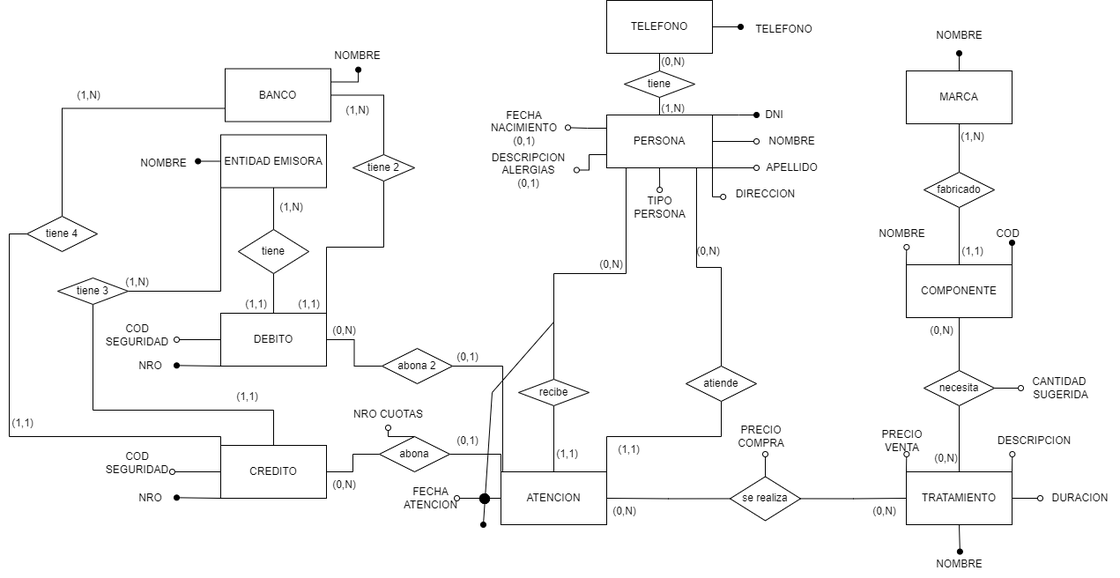
This is PRACTICA 2/Parte1/Ejercicio11/Ejercicio11-logico.png from agusrnfr/DBD, a draw.io export, as it was before one commit. Source tidied: cells renumbered, new cells last; positions are measured from the earlier drawing's top-left corner, leaving out a move shared by most shapes.
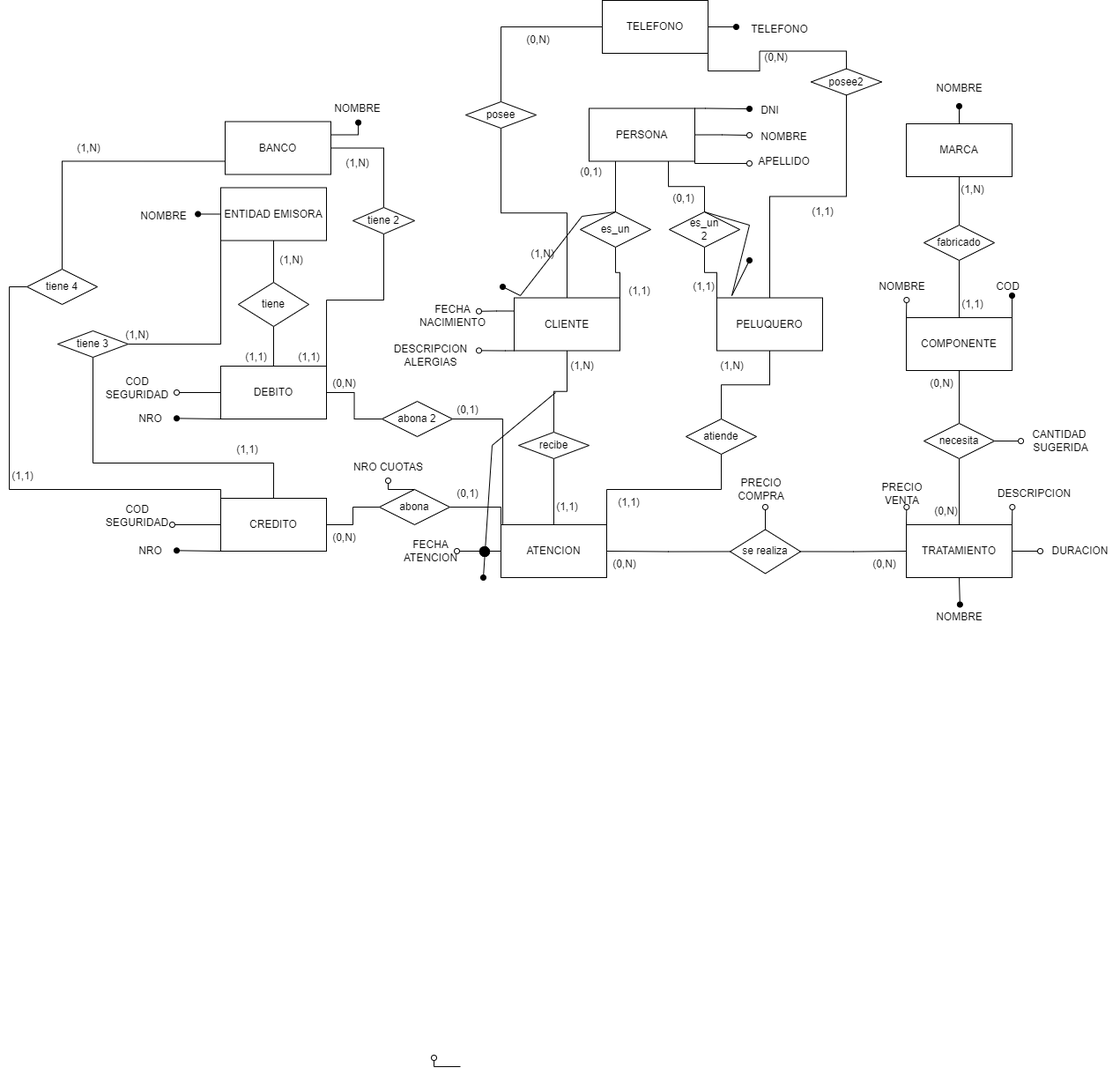
The same diagram one commit later.

The edit, as a diff of the source:
```diff
@@ -4,77 +4,2 @@
     <mxCell id="1" parent="0" />
-    <mxCell id="2" style="edgeStyle=orthogonalEdgeStyle;rounded=0;jettySize=auto;html=1;exitX=1;exitY=0;exitDx=0;exitDy=0;startArrow=none;startFill=0;endArrow=oval;endFill=1;" parent="1" edge="1" source="9" target="10">
-      <mxGeometry relative="1" as="geometry">
-        <Array as="points">
-          <mxPoint x="838" y="130" />
-          <mxPoint x="838" y="130" />
-        </Array>
-      </mxGeometry>
-    </mxCell>
-    <mxCell id="3" style="edgeStyle=orthogonalEdgeStyle;rounded=0;jettySize=auto;html=1;exitX=1;exitY=0.5;exitDx=0;exitDy=0;startArrow=none;startFill=0;endArrow=oval;endFill=0;" parent="1" edge="1" source="9">
-      <mxGeometry relative="1" as="geometry">
-        <mxPoint x="858" y="160" as="targetPoint" />
-      </mxGeometry>
-    </mxCell>
-    <mxCell id="4" style="edgeStyle=orthogonalEdgeStyle;rounded=0;jettySize=auto;html=1;exitX=1;exitY=1;exitDx=0;exitDy=0;startArrow=none;startFill=0;endArrow=oval;endFill=0;" parent="1" edge="1" source="9" target="12">
-      <mxGeometry relative="1" as="geometry">
-        <Array as="points">
-          <mxPoint x="868" y="190" />
-          <mxPoint x="868" y="190" />
-        </Array>
-      </mxGeometry>
-    </mxCell>
-    <mxCell id="5" style="edgeStyle=orthogonalEdgeStyle;rounded=0;jettySize=auto;html=1;exitX=1;exitY=1;exitDx=0;exitDy=0;endArrow=oval;endFill=0;entryX=-0.031;entryY=0.598;entryDx=0;entryDy=0;entryPerimeter=0;" parent="1" edge="1" source="9" target="117">
-      <mxGeometry relative="1" as="geometry">
-        <Array as="points">
-          <mxPoint x="808" y="223" />
-        </Array>
-      </mxGeometry>
-    </mxCell>
-    <mxCell id="6" style="edgeStyle=orthogonalEdgeStyle;rounded=0;jettySize=auto;html=1;exitX=0;exitY=0.25;exitDx=0;exitDy=0;entryX=1.001;entryY=0.489;entryDx=0;entryDy=0;entryPerimeter=0;endArrow=oval;endFill=0;" parent="1" edge="1" source="9" target="15">
-      <mxGeometry relative="1" as="geometry" />
-    </mxCell>
-    <mxCell id="7" style="edgeStyle=orthogonalEdgeStyle;rounded=0;jettySize=auto;html=1;exitX=0;exitY=0.75;exitDx=0;exitDy=0;endArrow=oval;endFill=0;" parent="1" edge="1" source="9" target="16">
-      <mxGeometry relative="1" as="geometry" />
-    </mxCell>
-    <mxCell id="8" style="edgeStyle=orthogonalEdgeStyle;rounded=0;jettySize=auto;html=1;exitX=0.5;exitY=1;exitDx=0;exitDy=0;endArrow=oval;endFill=0;" parent="1" edge="1" source="9">
-      <mxGeometry relative="1" as="geometry">
-        <mxPoint x="748.1" y="215" as="targetPoint" />
-      </mxGeometry>
-    </mxCell>
-    <mxCell id="9" value="PERSONA" style="whiteSpace=wrap;html=1;" parent="1" vertex="1">
-      <mxGeometry x="688" y="130" width="120" height="60" as="geometry" />
-    </mxCell>
-    <mxCell id="10" value="DNI" style="text;html=1;align=center;verticalAlign=middle;points=[];strokeColor=none;fillColor=none;" parent="1" vertex="1">
-      <mxGeometry x="858" y="115" width="40" height="30" as="geometry" />
-    </mxCell>
-    <mxCell id="11" value="NOMBRE" style="text;html=1;align=center;verticalAlign=middle;strokeColor=none;fillColor=none;" parent="1" vertex="1">
-      <mxGeometry x="858" y="145" width="80" height="30" as="geometry" />
-    </mxCell>
-    <mxCell id="12" value="APELLIDO" style="text;html=1;align=center;verticalAlign=middle;points=[];strokeColor=none;fillColor=none;" parent="1" vertex="1">
-      <mxGeometry x="858" y="175" width="80" height="30" as="geometry" />
-    </mxCell>
-    <mxCell id="13" style="edgeStyle=orthogonalEdgeStyle;rounded=0;jettySize=auto;html=1;exitX=0.25;exitY=1;exitDx=0;exitDy=0;entryX=0.5;entryY=0;entryDx=0;entryDy=0;startArrow=none;startFill=0;endArrow=none;endFill=0;" parent="1" edge="1" source="9" target="39">
-      <mxGeometry relative="1" as="geometry">
-        <Array as="points">
-          <mxPoint x="710" y="190" />
-          <mxPoint x="710" y="310" />
-          <mxPoint x="628" y="310" />
-        </Array>
-      </mxGeometry>
-    </mxCell>
-    <mxCell id="14" style="edgeStyle=orthogonalEdgeStyle;rounded=0;jettySize=auto;html=1;exitX=0.75;exitY=1;exitDx=0;exitDy=0;entryX=0.5;entryY=0;entryDx=0;entryDy=0;startArrow=none;startFill=0;endArrow=none;endFill=0;" parent="1" edge="1" source="9" target="45">
-      <mxGeometry relative="1" as="geometry">
-        <Array as="points">
-          <mxPoint x="790" y="190" />
-          <mxPoint x="790" y="303" />
-          <mxPoint x="818" y="303" />
-        </Array>
-      </mxGeometry>
-    </mxCell>
-    <mxCell id="15" value="FECHA&lt;br&gt;NACIMIENTO&lt;br&gt;(0,1)" style="text;html=1;align=center;verticalAlign=middle;points=[];strokeColor=none;fillColor=none;" parent="1" vertex="1">
-      <mxGeometry x="543.9" y="115" width="100" height="60" as="geometry" />
-    </mxCell>
-    <mxCell id="16" value="DESCRIPCION&lt;br&gt;ALERGIAS&lt;br&gt;(0,1)" style="text;html=1;align=center;verticalAlign=middle;points=[];strokeColor=none;fillColor=none;" parent="1" vertex="1">
-      <mxGeometry x="543.9" y="162.5" width="110" height="60" as="geometry" />
-    </mxCell>
     <mxCell id="17" style="edgeStyle=orthogonalEdgeStyle;rounded=0;jettySize=auto;html=1;startArrow=none;startFill=0;endArrow=oval;endFill=0;" parent="1" edge="1" source="18">
@@ -157,2 +82,5 @@
     </mxCell>
+    <mxCell id="124" style="edgeStyle=orthogonalEdgeStyle;rounded=0;jettySize=auto;html=1;exitX=0.5;exitY=0;exitDx=0;exitDy=0;entryX=0.5;entryY=1;entryDx=0;entryDy=0;endArrow=none;endFill=0;" parent="1" edge="1" source="39" target="133">
+      <mxGeometry relative="1" as="geometry" />
+    </mxCell>
     <mxCell id="39" value="recibe" style="rhombus;whiteSpace=wrap;html=1;" parent="1" vertex="1">
@@ -160,5 +88,2 @@
     </mxCell>
-    <mxCell id="40" value="(0,N)" style="text;html=1;align=center;verticalAlign=middle;strokeColor=none;fillColor=none;" parent="1" vertex="1">
-      <mxGeometry x="668" y="285" width="50" height="30" as="geometry" />
-    </mxCell>
     <mxCell id="41" value="(1,1)" style="text;html=1;align=center;verticalAlign=middle;strokeColor=none;fillColor=none;" parent="1" vertex="1">
@@ -169,3 +94,3 @@
         <mxPoint x="548" y="595" as="sourcePoint" />
-        <mxPoint x="628" y="365" as="targetPoint" />
+        <mxPoint x="630" y="385" as="targetPoint" />
         <Array as="points">
@@ -181,2 +106,5 @@
     </mxCell>
+    <mxCell id="125" style="edgeStyle=orthogonalEdgeStyle;rounded=0;jettySize=auto;html=1;exitX=0.5;exitY=0;exitDx=0;exitDy=0;entryX=0.5;entryY=1;entryDx=0;entryDy=0;endArrow=none;endFill=0;" parent="1" edge="1" source="45" target="134">
+      <mxGeometry relative="1" as="geometry" />
+    </mxCell>
     <mxCell id="45" value="atiende" style="rhombus;whiteSpace=wrap;html=1;" parent="1" vertex="1">
@@ -184,5 +112,2 @@
     </mxCell>
-    <mxCell id="46" value="(0,N)" style="text;html=1;align=center;verticalAlign=middle;strokeColor=none;fillColor=none;" parent="1" vertex="1">
-      <mxGeometry x="778" y="270" width="50" height="30" as="geometry" />
-    </mxCell>
     <mxCell id="47" value="(1,1)" style="text;html=1;align=center;verticalAlign=middle;strokeColor=none;fillColor=none;" parent="1" vertex="1">
@@ -425,34 +350,164 @@
     </mxCell>
+    <mxCell id="115" style="edgeStyle=orthogonalEdgeStyle;rounded=0;jettySize=auto;html=1;exitX=1;exitY=0.5;exitDx=0;exitDy=0;endArrow=oval;endFill=1;" parent="1" edge="1" source="116">
+      <mxGeometry relative="1" as="geometry">
+        <mxPoint x="835" y="-29.7" as="targetPoint" />
+      </mxGeometry>
+    </mxCell>
-    <mxCell id="114" style="edgeStyle=orthogonalEdgeStyle;rounded=0;jettySize=auto;html=1;exitX=0.5;exitY=1;exitDx=0;exitDy=0;entryX=0.5;entryY=0;entryDx=0;entryDy=0;endArrow=none;endFill=0;" parent="1" edge="1" source="116" target="119">
+    <mxCell id="114" style="edgeStyle=orthogonalEdgeStyle;rounded=0;jettySize=auto;html=1;exitX=0;exitY=0.5;exitDx=0;exitDy=0;entryX=0.5;entryY=0;entryDx=0;entryDy=0;endArrow=none;endFill=0;" parent="1" edge="1" source="116" target="119">
       <mxGeometry relative="1" as="geometry" />
     </mxCell>
-    <mxCell id="115" style="edgeStyle=orthogonalEdgeStyle;rounded=0;jettySize=auto;html=1;exitX=1;exitY=0.5;exitDx=0;exitDy=0;endArrow=oval;endFill=1;" parent="1" edge="1" source="116">
-      <mxGeometry relative="1" as="geometry">
-        <mxPoint x="840" y="30.3" as="targetPoint" />
-      </mxGeometry>
-    </mxCell>
+    <mxCell id="126" style="edgeStyle=orthogonalEdgeStyle;rounded=0;jettySize=auto;html=1;exitX=1;exitY=1;exitDx=0;exitDy=0;entryX=0.5;entryY=0;entryDx=0;entryDy=0;endArrow=none;endFill=0;" parent="1" edge="1" source="116" target="145">
+      <mxGeometry relative="1" as="geometry" />
+    </mxCell>
     <mxCell id="116" value="TELEFONO" style="whiteSpace=wrap;html=1;" parent="1" vertex="1">
-      <mxGeometry x="688" width="120" height="60" as="geometry" />
+      <mxGeometry x="683" y="-60" width="120" height="60" as="geometry" />
     </mxCell>
-    <mxCell id="117" value="DIRECCION" style="text;html=1;align=center;verticalAlign=middle;points=[];strokeColor=none;fillColor=none;" parent="1" vertex="1">
-      <mxGeometry x="823" y="205" width="90" height="30" as="geometry" />
-    </mxCell>
-    <mxCell id="118" style="edgeStyle=orthogonalEdgeStyle;rounded=0;jettySize=auto;html=1;exitX=0.5;exitY=1;exitDx=0;exitDy=0;entryX=0.5;entryY=0;entryDx=0;entryDy=0;endArrow=none;endFill=0;" parent="1" edge="1" source="119" target="9">
-      <mxGeometry relative="1" as="geometry" />
-    </mxCell>
+    <mxCell id="127" style="edgeStyle=orthogonalEdgeStyle;rounded=0;jettySize=auto;html=1;exitX=0.5;exitY=1;exitDx=0;exitDy=0;entryX=0.5;entryY=0;entryDx=0;entryDy=0;endArrow=none;endFill=0;" parent="1" edge="1" source="119" target="133">
+      <mxGeometry relative="1" as="geometry" />
+    </mxCell>
-    <mxCell id="119" value="tiene" style="rhombus;whiteSpace=wrap;html=1;" parent="1" vertex="1">
-      <mxGeometry x="708" y="80" width="80" height="30" as="geometry" />
+    <mxCell id="119" value="posee" style="rhombus;whiteSpace=wrap;html=1;" parent="1" vertex="1">
+      <mxGeometry x="528" y="55" width="80" height="30" as="geometry" />
     </mxCell>
     <mxCell id="120" value="TELEFONO" style="text;html=1;align=center;verticalAlign=middle;strokeColor=none;fillColor=none;" parent="1" vertex="1">
-      <mxGeometry x="844" y="17.5" width="90" height="30" as="geometry" />
+      <mxGeometry x="839" y="-42.5" width="90" height="30" as="geometry" />
     </mxCell>
-    <mxCell id="121" value="(1,N)" style="text;html=1;align=center;verticalAlign=middle;strokeColor=none;fillColor=none;" parent="1" vertex="1">
-      <mxGeometry x="738" y="107.5" width="50" height="30" as="geometry" />
-    </mxCell>
-    <mxCell id="122" value="(0,N)" style="text;html=1;align=center;verticalAlign=middle;strokeColor=none;fillColor=none;" parent="1" vertex="1">
-      <mxGeometry x="738" y="55" width="50" height="30" as="geometry" />
-    </mxCell>
-    <mxCell id="123" value="TIPO&lt;br&gt;PERSONA" style="text;html=1;align=center;verticalAlign=middle;strokeColor=none;fillColor=none;" parent="1" vertex="1">
-      <mxGeometry x="708" y="215" width="80" height="40" as="geometry" />
-    </mxCell>
+    <mxCell id="128" style="edgeStyle=orthogonalEdgeStyle;rounded=0;jettySize=auto;html=1;exitX=1;exitY=0;exitDx=0;exitDy=0;endArrow=oval;endFill=1;" parent="1" edge="1" source="9">
+      <mxGeometry relative="1" as="geometry">
+        <mxPoint x="850" y="63" as="targetPoint" />
+        <Array as="points">
+          <mxPoint x="800" y="63" />
+          <mxPoint x="800" y="63" />
+        </Array>
+      </mxGeometry>
+    </mxCell>
+    <mxCell id="129" style="edgeStyle=orthogonalEdgeStyle;rounded=0;jettySize=auto;html=1;exitX=1;exitY=0.5;exitDx=0;exitDy=0;endArrow=oval;endFill=0;" parent="1" edge="1" source="9">
+      <mxGeometry relative="1" as="geometry">
+        <mxPoint x="850" y="93" as="targetPoint" />
+      </mxGeometry>
+    </mxCell>
+    <mxCell id="130" style="edgeStyle=orthogonalEdgeStyle;rounded=0;jettySize=auto;html=1;exitX=1;exitY=1;exitDx=0;exitDy=0;endArrow=oval;endFill=0;" parent="1" edge="1" source="9">
+      <mxGeometry relative="1" as="geometry">
+        <mxPoint x="850" y="125" as="targetPoint" />
+        <Array as="points">
+          <mxPoint x="788" y="125" />
+          <mxPoint x="850" y="125" />
+        </Array>
+      </mxGeometry>
+    </mxCell>
+    <mxCell id="9" value="PERSONA" style="whiteSpace=wrap;html=1;" parent="1" vertex="1">
+      <mxGeometry x="668" y="62.5" width="120" height="60" as="geometry" />
+    </mxCell>
+    <mxCell id="131" style="edgeStyle=orthogonalEdgeStyle;rounded=0;jettySize=auto;html=1;exitX=0;exitY=0.25;exitDx=0;exitDy=0;startArrow=none;startFill=0;endArrow=oval;endFill=0;" parent="1" edge="1" source="133">
+      <mxGeometry relative="1" as="geometry">
+        <mxPoint x="543" y="292.8" as="targetPoint" />
+      </mxGeometry>
+    </mxCell>
+    <mxCell id="132" style="edgeStyle=orthogonalEdgeStyle;rounded=0;jettySize=auto;html=1;exitX=0;exitY=1;exitDx=0;exitDy=0;startArrow=none;startFill=0;endArrow=oval;endFill=0;" parent="1" edge="1" source="133">
+      <mxGeometry relative="1" as="geometry">
+        <mxPoint x="543" y="337.4" as="targetPoint" />
+        <Array as="points">
+          <mxPoint x="573" y="337.5" />
+          <mxPoint x="573" y="337.5" />
+        </Array>
+      </mxGeometry>
+    </mxCell>
+    <mxCell id="133" value="CLIENTE" style="whiteSpace=wrap;html=1;" parent="1" vertex="1">
+      <mxGeometry x="583" y="277.5" width="120" height="60" as="geometry" />
+    </mxCell>
+    <mxCell id="134" value="PELUQUERO" style="whiteSpace=wrap;html=1;" parent="1" vertex="1">
+      <mxGeometry x="813" y="277.5" width="120" height="60" as="geometry" />
+    </mxCell>
+    <mxCell id="135" value="FECHA&lt;br&gt;NACIMIENTO" style="text;html=1;align=center;verticalAlign=middle;strokeColor=none;fillColor=none;" parent="1" vertex="1">
+      <mxGeometry x="463" y="277.5" width="100" height="40" as="geometry" />
+    </mxCell>
+    <mxCell id="136" value="DESCRIPCION&lt;br&gt;ALERGIAS" style="text;html=1;align=center;verticalAlign=middle;strokeColor=none;fillColor=none;" parent="1" vertex="1">
+      <mxGeometry x="433" y="322.5" width="110" height="40" as="geometry" />
+    </mxCell>
+    <mxCell id="137" style="edgeStyle=orthogonalEdgeStyle;rounded=0;orthogonalLoop=1;jettySize=auto;html=1;exitX=0.5;exitY=0;exitDx=0;exitDy=0;startArrow=none;startFill=0;endArrow=oval;endFill=0;" parent="1" edge="1">
+      <mxGeometry relative="1" as="geometry">
+        <mxPoint x="522" y="1150" as="sourcePoint" />
+        <mxPoint x="492" y="1140" as="targetPoint" />
+      </mxGeometry>
+    </mxCell>
+    <mxCell id="138" style="edgeStyle=orthogonalEdgeStyle;rounded=0;jettySize=auto;html=1;exitX=0.5;exitY=0;exitDx=0;exitDy=0;entryX=0.25;entryY=1;entryDx=0;entryDy=0;endArrow=none;endFill=0;" parent="1" edge="1" source="140" target="9">
+      <mxGeometry relative="1" as="geometry" />
+    </mxCell>
+    <mxCell id="139" style="edgeStyle=orthogonalEdgeStyle;rounded=0;jettySize=auto;html=1;exitX=0.5;exitY=1;exitDx=0;exitDy=0;entryX=1;entryY=0;entryDx=0;entryDy=0;endArrow=none;endFill=0;" parent="1" edge="1" source="140" target="133">
+      <mxGeometry relative="1" as="geometry" />
+    </mxCell>
+    <mxCell id="140" value="es_un" style="rhombus;whiteSpace=wrap;html=1;" parent="1" vertex="1">
+      <mxGeometry x="658" y="180" width="80" height="40" as="geometry" />
+    </mxCell>
+    <mxCell id="141" style="edgeStyle=orthogonalEdgeStyle;rounded=0;jettySize=auto;html=1;exitX=0.5;exitY=0;exitDx=0;exitDy=0;entryX=0.75;entryY=1;entryDx=0;entryDy=0;endArrow=none;endFill=0;" parent="1" edge="1" source="143" target="9">
+      <mxGeometry relative="1" as="geometry" />
+    </mxCell>
+    <mxCell id="142" style="edgeStyle=orthogonalEdgeStyle;rounded=0;jettySize=auto;html=1;exitX=0.5;exitY=1;exitDx=0;exitDy=0;entryX=0;entryY=0;entryDx=0;entryDy=0;endArrow=none;endFill=0;" parent="1" edge="1" source="143" target="134">
+      <mxGeometry relative="1" as="geometry" />
+    </mxCell>
+    <mxCell id="143" value="es_un&lt;br&gt;2" style="rhombus;whiteSpace=wrap;html=1;" parent="1" vertex="1">
+      <mxGeometry x="759" y="180" width="80" height="40" as="geometry" />
+    </mxCell>
+    <mxCell id="144" style="edgeStyle=orthogonalEdgeStyle;rounded=0;jettySize=auto;html=1;exitX=0.5;exitY=1;exitDx=0;exitDy=0;entryX=0.5;entryY=0;entryDx=0;entryDy=0;endArrow=none;endFill=0;" parent="1" edge="1" source="145" target="134">
+      <mxGeometry relative="1" as="geometry" />
+    </mxCell>
+    <mxCell id="145" value="posee2" style="rhombus;whiteSpace=wrap;html=1;" parent="1" vertex="1">
+      <mxGeometry x="920" y="17.5" width="80" height="30" as="geometry" />
+    </mxCell>
+    <mxCell id="146" value="(1,N)" style="text;html=1;align=center;verticalAlign=middle;strokeColor=none;fillColor=none;" parent="1" vertex="1">
+      <mxGeometry x="590" y="212.5" width="50" height="30" as="geometry" />
+    </mxCell>
+    <mxCell id="147" value="(1,N)" style="text;html=1;align=center;verticalAlign=middle;strokeColor=none;fillColor=none;" parent="1" vertex="1">
+      <mxGeometry x="635" y="340" width="50" height="30" as="geometry" />
+    </mxCell>
+    <mxCell id="148" value="(1,N)" style="text;html=1;align=center;verticalAlign=middle;strokeColor=none;fillColor=none;" parent="1" vertex="1">
+      <mxGeometry x="805" y="340" width="50" height="30" as="geometry" />
+    </mxCell>
+    <mxCell id="10" value="DNI" style="text;html=1;align=center;verticalAlign=middle;points=[];strokeColor=none;fillColor=none;" parent="1" vertex="1">
+      <mxGeometry x="853" y="50" width="40" height="30" as="geometry" />
+    </mxCell>
+    <mxCell id="11" value="NOMBRE" style="text;html=1;align=center;verticalAlign=middle;strokeColor=none;fillColor=none;" parent="1" vertex="1">
+      <mxGeometry x="849" y="80" width="80" height="30" as="geometry" />
+    </mxCell>
+    <mxCell id="12" value="APELLIDO" style="text;html=1;align=center;verticalAlign=middle;points=[];strokeColor=none;fillColor=none;" parent="1" vertex="1">
+      <mxGeometry x="849" y="107.5" width="80" height="30" as="geometry" />
+    </mxCell>
+    <mxCell id="149" value="(1,1)" style="text;html=1;align=center;verticalAlign=middle;strokeColor=none;fillColor=none;" parent="1" vertex="1">
+      <mxGeometry x="700" y="255" width="50" height="30" as="geometry" />
+    </mxCell>
+    <mxCell id="150" value="(1,1)" style="text;html=1;align=center;verticalAlign=middle;strokeColor=none;fillColor=none;" parent="1" vertex="1">
+      <mxGeometry x="773" y="250" width="50" height="30" as="geometry" />
+    </mxCell>
+    <mxCell id="151" value="(1,1)" style="text;html=1;align=center;verticalAlign=middle;strokeColor=none;fillColor=none;" parent="1" vertex="1">
+      <mxGeometry x="908" y="165" width="50" height="30" as="geometry" />
+    </mxCell>
+    <mxCell id="152" value="(0,1)" style="text;html=1;align=center;verticalAlign=middle;strokeColor=none;fillColor=none;" parent="1" vertex="1">
+      <mxGeometry x="645" y="120" width="50" height="30" as="geometry" />
+    </mxCell>
+    <mxCell id="153" value="(0,1)" style="text;html=1;align=center;verticalAlign=middle;strokeColor=none;fillColor=none;" parent="1" vertex="1">
+      <mxGeometry x="750" y="150" width="50" height="30" as="geometry" />
+    </mxCell>
+    <mxCell id="154" value="(0,N)" style="text;html=1;align=center;verticalAlign=middle;strokeColor=none;fillColor=none;" parent="1" vertex="1">
+      <mxGeometry x="585" y="-30" width="50" height="30" as="geometry" />
+    </mxCell>
+    <mxCell id="155" value="(0,N)" style="text;html=1;align=center;verticalAlign=middle;strokeColor=none;fillColor=none;" parent="1" vertex="1">
+      <mxGeometry x="855" y="-10" width="50" height="30" as="geometry" />
+    </mxCell>
+    <mxCell id="156" style="endArrow=none;html=1;rounded=0;endFill=0;startArrow=oval;startFill=1;entryX=0.5;entryY=0;entryDx=0;entryDy=0;" parent="1" edge="1" target="140">
+      <mxGeometry relative="1" as="geometry">
+        <mxPoint x="570" y="265" as="sourcePoint" />
+        <Array as="points">
+          <mxPoint x="590" y="275" />
+          <mxPoint x="660" y="185" />
+        </Array>
+      </mxGeometry>
+    </mxCell>
+    <mxCell id="157" style="endArrow=oval;html=1;rounded=0;exitX=0.5;exitY=0;exitDx=0;exitDy=0;endFill=1;" parent="1" edge="1" source="143">
+      <mxGeometry relative="1" as="geometry">
+        <mxPoint x="850" y="235" as="targetPoint" />
+        <Array as="points">
+          <mxPoint x="850" y="195" />
+          <mxPoint x="830" y="275" />
+        </Array>
+      </mxGeometry>
+    </mxCell>
   </root>
```
